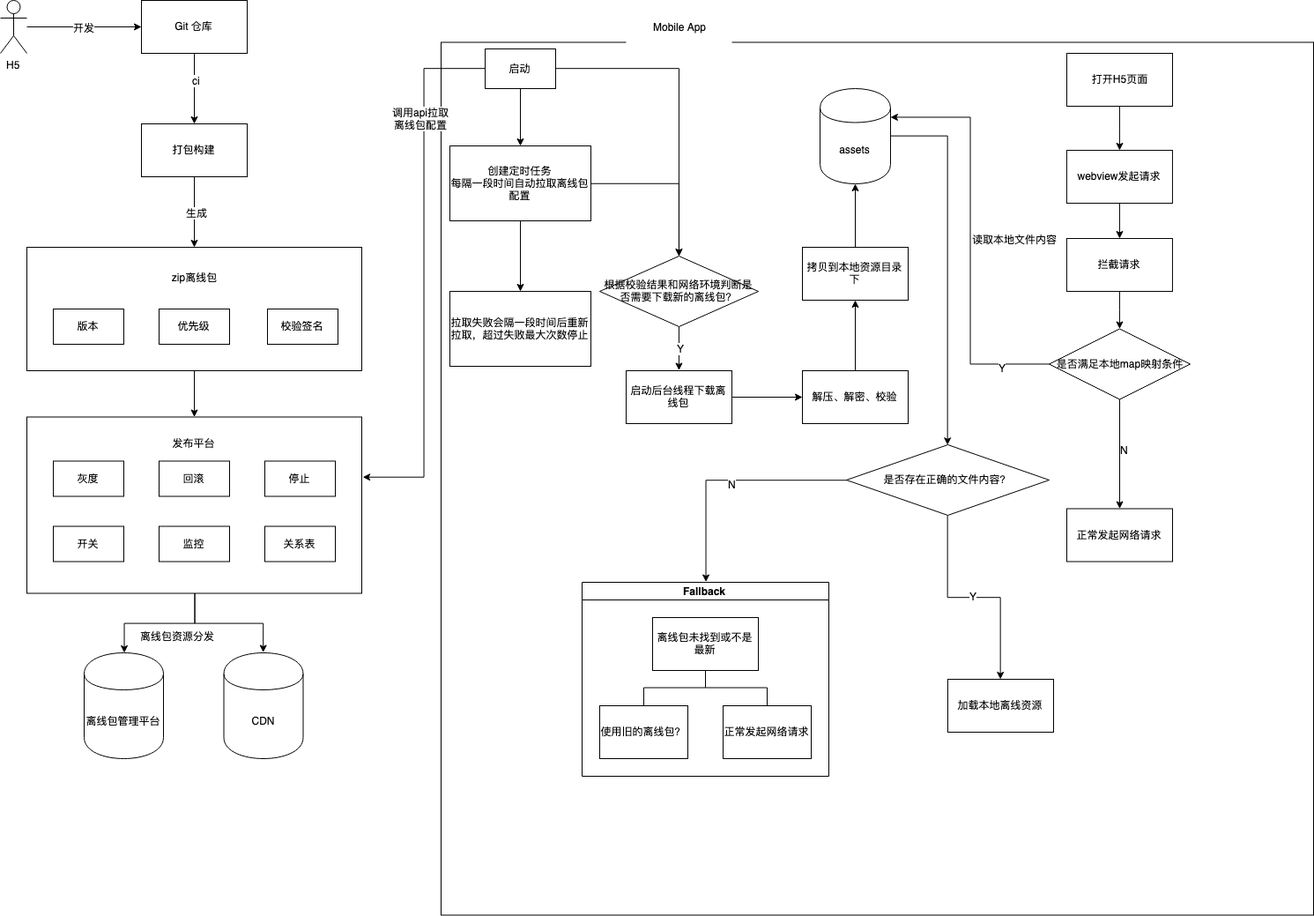
Earlier version of the draw.io export offline.png (thomasyxy/draw.io). Source tidied: cells renumbered, new cells last; positions are measured from the earlier drawing's top-left corner, leaving out a move shared by most shapes.
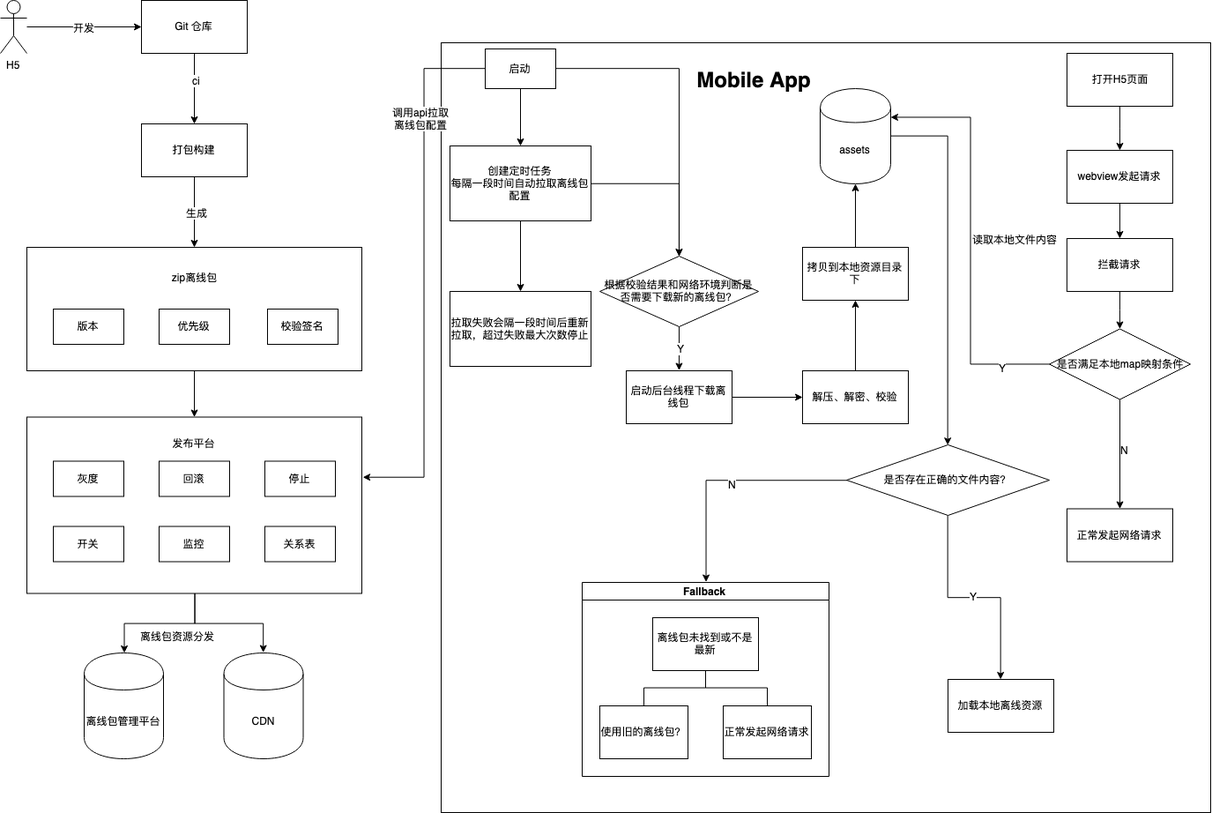
Above is the later version.

Diff of the diagram source:
```diff
@@ -77,7 +77,7 @@
       <mxGeometry x="303" y="350" width="80" height="40" as="geometry" />
     </mxCell>
     <mxCell id="26" style="whiteSpace=wrap;html=1;" parent="1" vertex="1">
-      <mxGeometry x="500" y="47.5" width="990" height="990" as="geometry" />
+      <mxGeometry x="500" y="48" width="873" height="873" as="geometry" />
     </mxCell>
     <mxCell id="27" value="离线包管理平台" style="shape=cylinder;whiteSpace=wrap;html=1;boundedLbl=1;backgroundOutline=1;" parent="1" vertex="1">
       <mxGeometry x="95" y="740" width="90" height="120" as="geometry" />
@@ -85,8 +85,8 @@
     <mxCell id="28" value="CDN" style="shape=cylinder;whiteSpace=wrap;html=1;boundedLbl=1;backgroundOutline=1;" parent="1" vertex="1">
       <mxGeometry x="253.5" y="740" width="90" height="120" as="geometry" />
     </mxCell>
-    <mxCell id="29" value="Mobile App" style="rounded=0;whiteSpace=wrap;html=1;strokeColor=none;" parent="1" vertex="1">
-      <mxGeometry x="710" width="120" height="60" as="geometry" />
+    <mxCell id="29" value="&lt;h1&gt;Mobile App&lt;/h1&gt;" style="rounded=0;whiteSpace=wrap;html=1;strokeColor=none;" parent="1" vertex="1">
+      <mxGeometry x="750" y="60" width="210" height="60" as="geometry" />
     </mxCell>
     <mxCell id="30" style="edgeStyle=orthogonalEdgeStyle;rounded=0;jettySize=auto;html=1;" parent="1" edge="1" source="34" target="37">
       <mxGeometry relative="1" as="geometry" />
```
